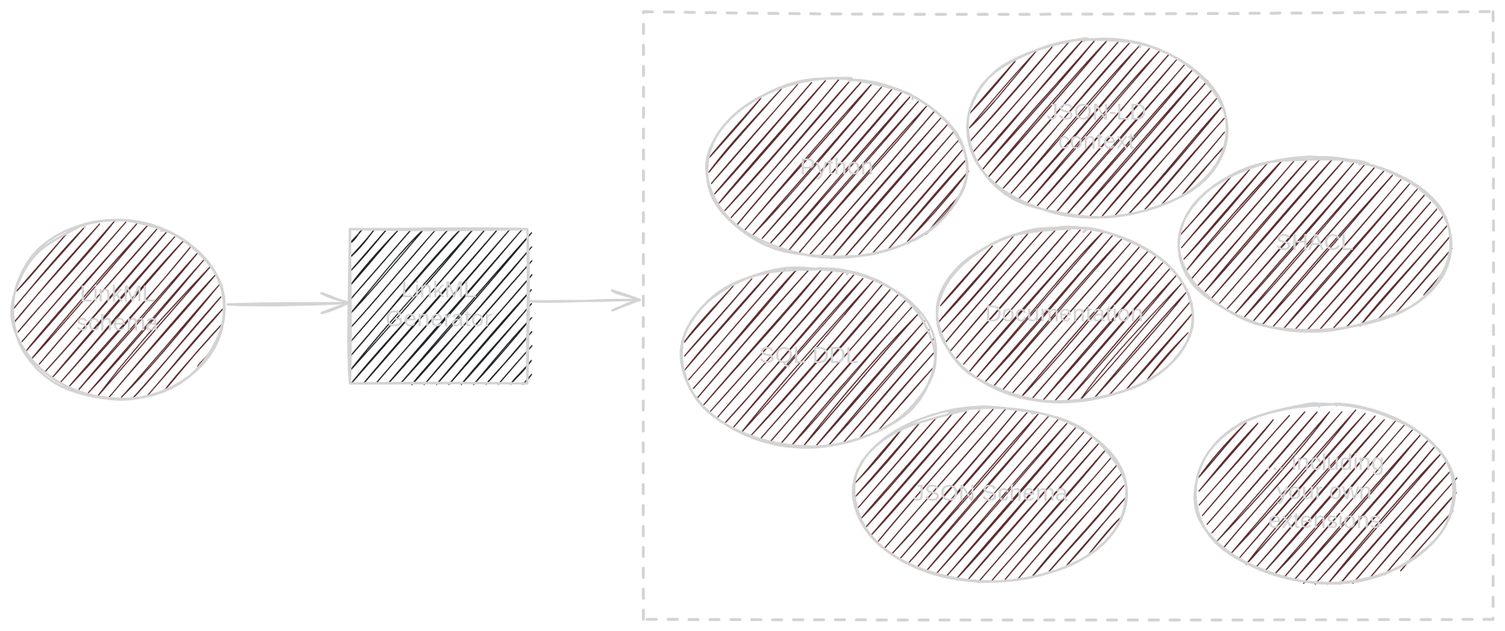
The Excalidraw diagram cimug2024/Attachments/index 2024-05-12 15.47.34.excalidraw.dark.svg in bartkl/presentations, before a commit. Source tidied: one line per element, renumbered; positions are measured from the earlier drawing's top-left corner, leaving out a move shared by most shapes.
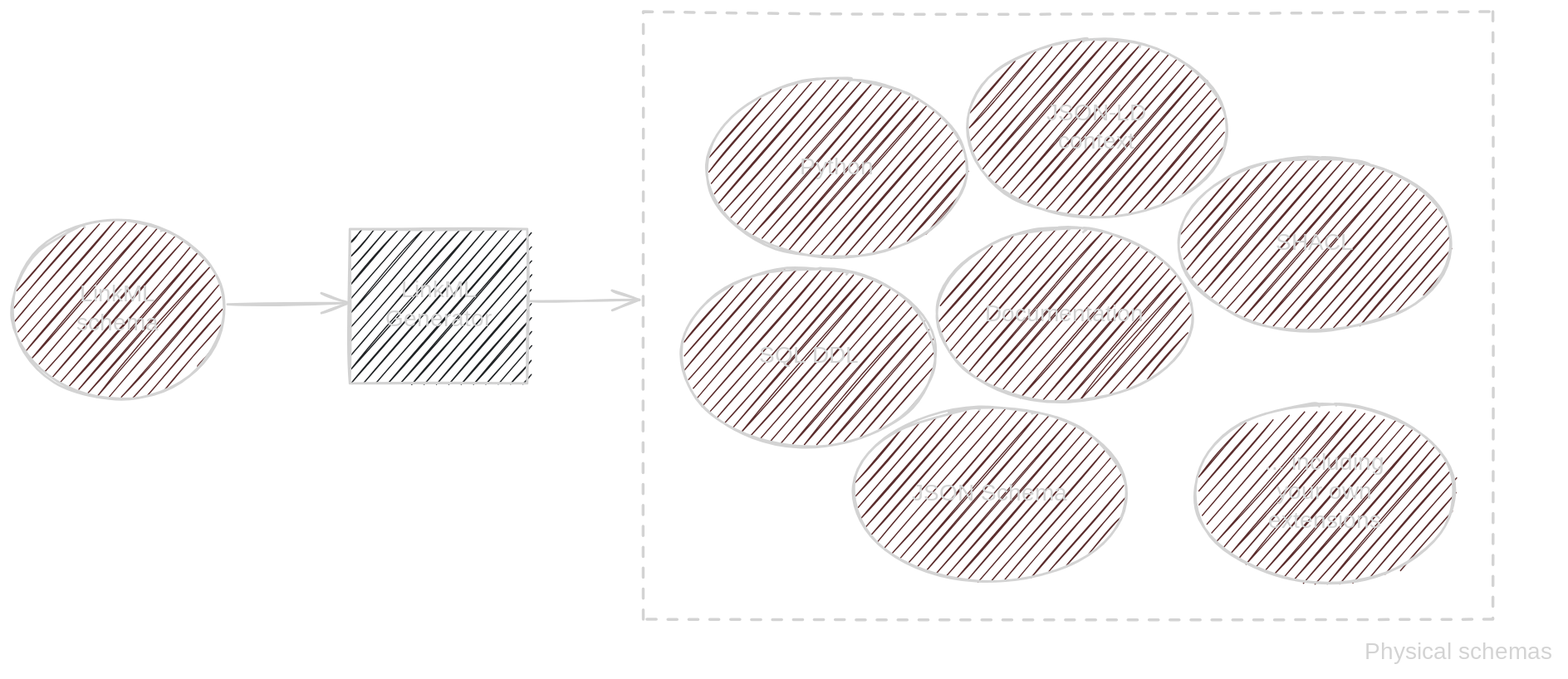
Later version of the same file.

The edit, as a diff of the source:
```diff
@@ -19,3 +19,4 @@
 {"id": 18, "type": "text", "text": "... including\nyour own\nextensions", "strokeColor": "#1e1e1e", "backgroundColor": "#e9ecef", "fillStyle": "hachure", "strokeWidth": 2, "roughness": 1, "fontSize": 20, "fontFamily": 1, "textAlign": "center", "verticalAlign": "middle", "inside": 17, "x": 1078, "y": 377, "width": 102, "height": 75}
 {"id": 19, "type": "rectangle", "strokeColor": "#1e1e1e", "strokeWidth": 2, "strokeStyle": "dashed", "roughness": 1, "x": 543, "y": 0, "width": 731, "height": 523}
 {"id": 20, "type": "arrow", "strokeColor": "#1e1e1e", "strokeWidth": 2, "roughness": 1, "endArrowhead": "arrow", "from": 2, "to": 19, "x": 446, "y": 249, "width": 94, "height": 1, "points": [[0, 0], [94, -1]]}
+{"id": 21, "type": "text", "text": "Physical schemas", "strokeColor": "#1e1e1e", "strokeWidth": 2, "roughness": 1, "fontSize": 20, "fontFamily": 1, "x": 1164, "y": 540, "width": 165, "height": 25}
```
